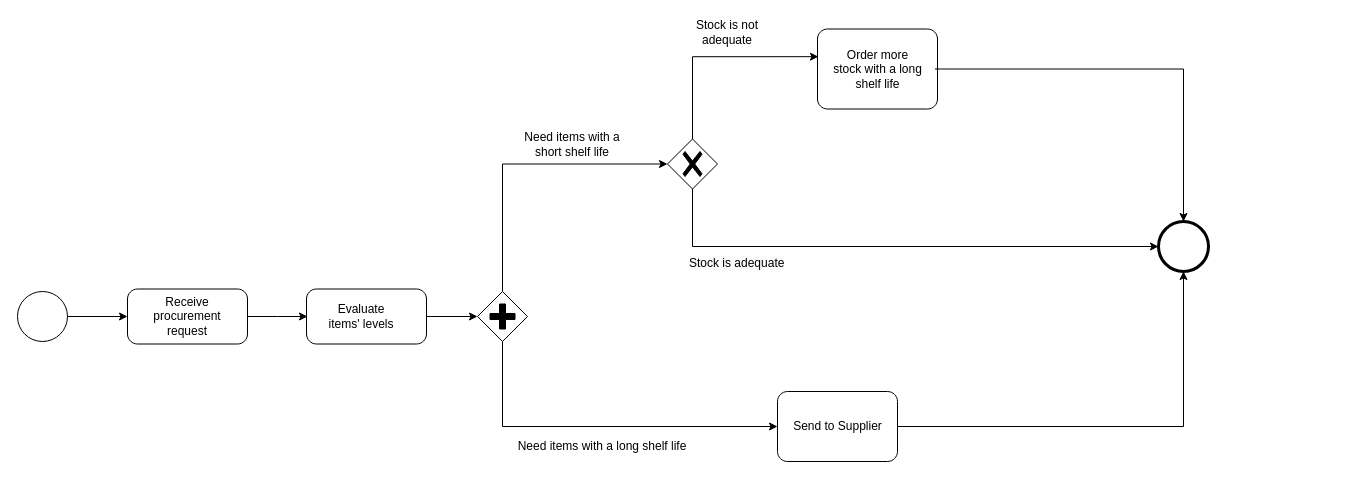
Above: Purchase Order Processing System.drawio in zft666zft/ESA-Assignment (draw.io), before the change. Source tidied: cells renumbered, new cells numbered last; positions are measured from the earlier drawing's top-left corner, leaving out a move shared by most shapes. Both pictures are drawn from the tidied source at 100%, with x=0, y=0 at pixel (17, 17).
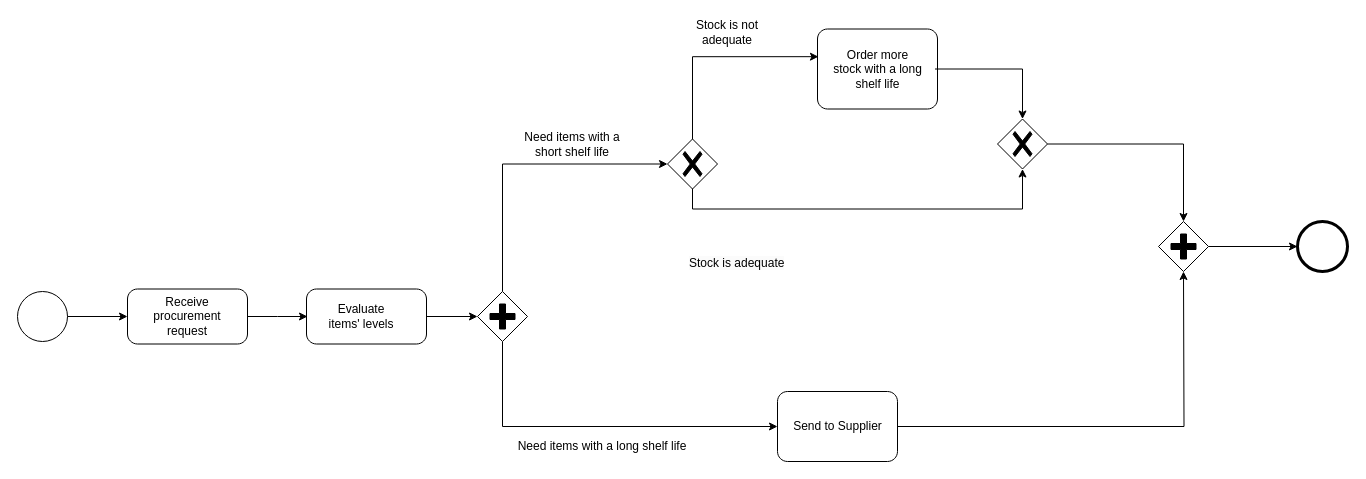
The same diagram, later.

Unchanged cells that the change refers to:
```xml
<mxCell id="14" value="Order more stock&amp;nbsp;with a long shelf life" style="text;html=1;align=center;verticalAlign=middle;whiteSpace=wrap;rounded=0;" parent="13" vertex="1">
  <mxGeometry x="2.5" y="18.2" width="115" height="43.6" as="geometry" />
</mxCell>
<mxCell id="16" style="points=[[0.25,0.25,0],[0.5,0,0],[0.75,0.25,0],[1,0.5,0],[0.75,0.75,0],[0.5,1,0],[0.25,0.75,0],[0,0.5,0]];shape=mxgraph.bpmn.gateway2;html=1;verticalLabelPosition=bottom;labelBackgroundColor=#ffffff;verticalAlign=top;align=center;perimeter=rhombusPerimeter;outlineConnect=0;outline=none;symbol=none;gwType=exclusive;" parent="1" vertex="1">
  <mxGeometry x="650" y="121.5" width="50" height="50" as="geometry" />
</mxCell>
<mxCell id="22" style="points=[[0.25,0,0],[0.5,0,0],[0.75,0,0],[1,0.25,0],[1,0.5,0],[1,0.75,0],[0.75,1,0],[0.5,1,0],[0.25,1,0],[0,0.75,0],[0,0.5,0],[0,0.25,0]];shape=mxgraph.bpmn.task;whiteSpace=wrap;rectStyle=rounded;size=10;html=1;taskMarker=abstract;" parent="1" vertex="1">
  <mxGeometry x="760" y="374" width="120" height="70" as="geometry" />
</mxCell>
```

Change to the diagram source:
```diff
@@
-    <mxCell id="12" style="points=[[0.145,0.145,0],[0.5,0,0],[0.855,0.145,0],[1,0.5,0],[0.855,0.855,0],[0.5,1,0],[0.145,0.855,0],[0,0.5,0]];shape=mxgraph.bpmn.event;html=1;verticalLabelPosition=bottom;labelBackgroundColor=#ffffff;verticalAlign=top;align=center;perimeter=ellipsePerimeter;outlineConnect=0;outline=standard;symbol=general;strokeWidth=3;" parent="1" vertex="1">
-      <mxGeometry x="1141" y="204" width="50" height="50" as="geometry" />
-    </mxCell>
@@
-    <mxCell id="19" style="edgeStyle=orthogonalEdgeStyle;rounded=0;jettySize=auto;html=1;entryX=0.5;entryY=0;entryDx=0;entryDy=0;entryPerimeter=0;" parent="1" edge="1" source="14" target="12">
-      <mxGeometry relative="1" as="geometry" />
-    </mxCell>
@@
-    <mxCell id="25" style="edgeStyle=orthogonalEdgeStyle;rounded=0;jettySize=auto;html=1;entryX=0.5;entryY=1;entryDx=0;entryDy=0;entryPerimeter=0;" parent="1" edge="1" source="22" target="12">
-      <mxGeometry relative="1" as="geometry" />
+    <mxCell id="25" style="edgeStyle=orthogonalEdgeStyle;rounded=0;jettySize=auto;html=1;entryX=0.5;entryY=1;entryDx=0;entryDy=0;entryPerimeter=0;" parent="1" edge="1" source="22">
+      <mxGeometry relative="1" as="geometry">
+        <mxPoint x="1166" y="254" as="targetPoint" />
+      </mxGeometry>
     </mxCell>
-    <mxCell id="26" style="edgeStyle=orthogonalEdgeStyle;rounded=0;jettySize=auto;html=1;entryX=0;entryY=0.5;entryDx=0;entryDy=0;entryPerimeter=0;exitX=0.5;exitY=1;exitDx=0;exitDy=0;exitPerimeter=0;" parent="1" edge="1" source="16" target="12">
-      <mxGeometry relative="1" as="geometry" />
-    </mxCell>
+    <mxCell id="27" style="points=[[0.145,0.145,0],[0.5,0,0],[0.855,0.145,0],[1,0.5,0],[0.855,0.855,0],[0.5,1,0],[0.145,0.855,0],[0,0.5,0]];shape=mxgraph.bpmn.event;html=1;verticalLabelPosition=bottom;labelBackgroundColor=#ffffff;verticalAlign=top;align=center;perimeter=ellipsePerimeter;outlineConnect=0;outline=standard;symbol=general;strokeWidth=3;" parent="1" vertex="1">
+      <mxGeometry x="1280" y="204" width="50" height="50" as="geometry" />
+    </mxCell>
+    <mxCell id="28" style="points=[[0.25,0.25,0],[0.5,0,0],[0.75,0.25,0],[1,0.5,0],[0.75,0.75,0],[0.5,1,0],[0.25,0.75,0],[0,0.5,0]];shape=mxgraph.bpmn.gateway2;html=1;verticalLabelPosition=bottom;labelBackgroundColor=#ffffff;verticalAlign=top;align=center;perimeter=rhombusPerimeter;outlineConnect=0;outline=none;symbol=none;gwType=exclusive;" parent="1" vertex="1">
+      <mxGeometry x="980" y="101.5" width="50" height="50" as="geometry" />
+    </mxCell>
+    <mxCell id="29" style="edgeStyle=orthogonalEdgeStyle;rounded=0;jettySize=auto;html=1;entryX=0.5;entryY=1;entryDx=0;entryDy=0;entryPerimeter=0;exitX=0.5;exitY=1;exitDx=0;exitDy=0;exitPerimeter=0;" parent="1" edge="1" source="16" target="28">
+      <mxGeometry relative="1" as="geometry" />
+    </mxCell>
+    <mxCell id="30" style="edgeStyle=orthogonalEdgeStyle;rounded=0;jettySize=auto;html=1;entryX=0.5;entryY=0;entryDx=0;entryDy=0;entryPerimeter=0;" parent="1" edge="1" source="14" target="28">
+      <mxGeometry relative="1" as="geometry" />
+    </mxCell>
+    <mxCell id="31" style="edgeStyle=orthogonalEdgeStyle;rounded=0;jettySize=auto;html=1;" parent="1" edge="1" source="32" target="27">
+      <mxGeometry relative="1" as="geometry" />
+    </mxCell>
+    <mxCell id="32" style="points=[[0.25,0.25,0],[0.5,0,0],[0.75,0.25,0],[1,0.5,0],[0.75,0.75,0],[0.5,1,0],[0.25,0.75,0],[0,0.5,0]];shape=mxgraph.bpmn.gateway2;html=1;verticalLabelPosition=bottom;labelBackgroundColor=#ffffff;verticalAlign=top;align=center;perimeter=rhombusPerimeter;outlineConnect=0;outline=none;symbol=none;gwType=parallel;" parent="1" vertex="1">
+      <mxGeometry x="1141" y="204" width="50" height="50" as="geometry" />
+    </mxCell>
+    <mxCell id="33" style="edgeStyle=orthogonalEdgeStyle;rounded=0;jettySize=auto;html=1;entryX=0.5;entryY=0;entryDx=0;entryDy=0;entryPerimeter=0;" parent="1" edge="1" source="28" target="32">
+      <mxGeometry relative="1" as="geometry" />
+    </mxCell>
```
